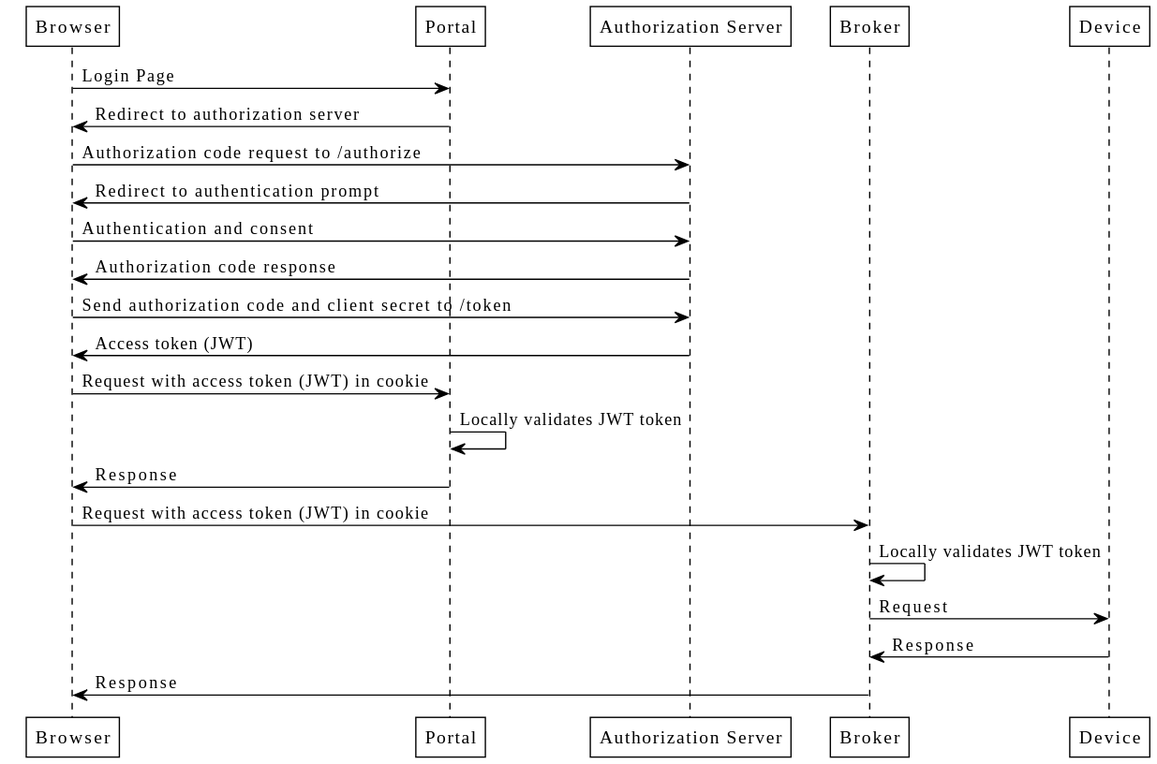
Before: flow.svg, a diagram exported from PlantUML (mathias-muench/OauthTut).
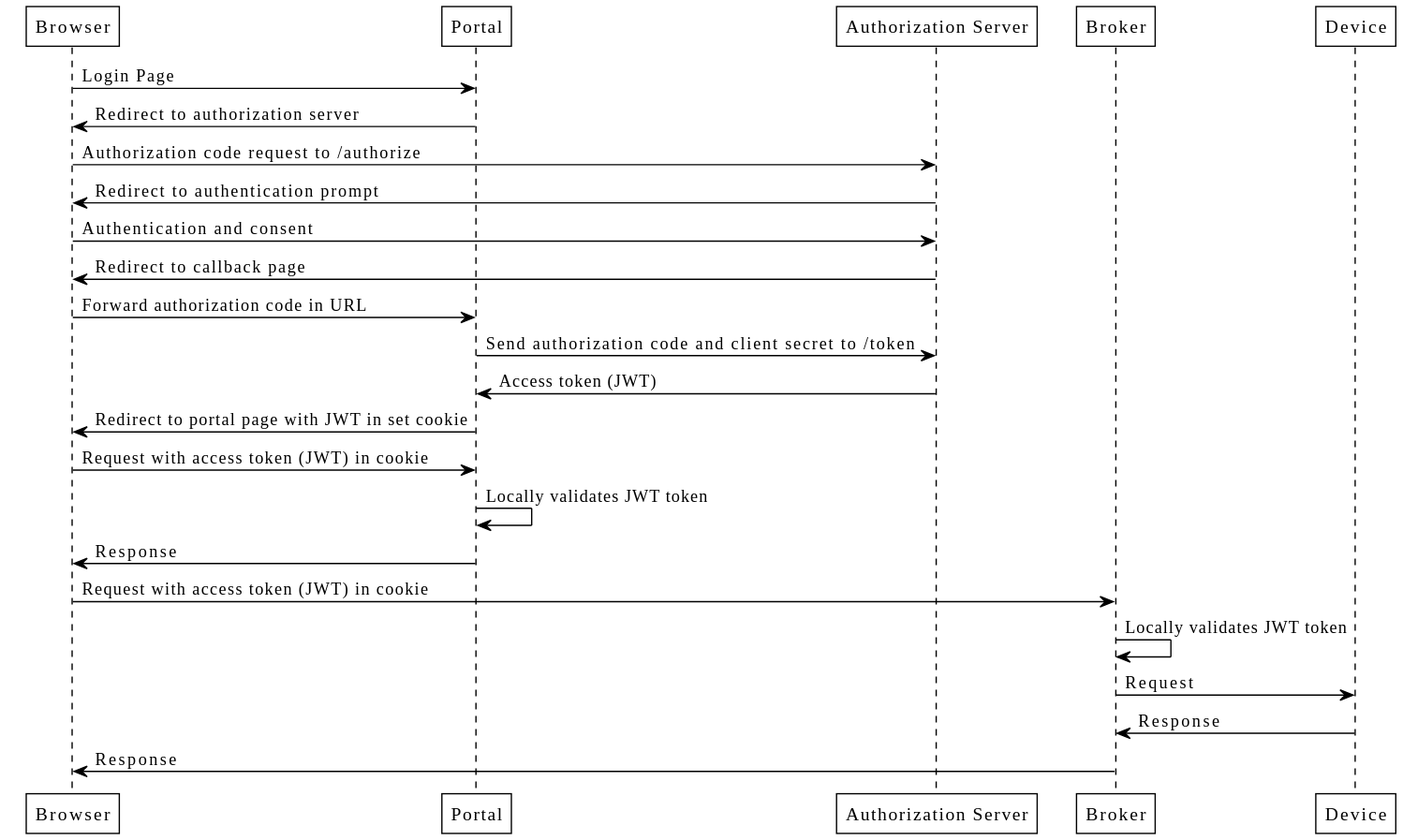
The same file after the commit.

Commit message:
Fix flow diagram somewhat

Change to the diagram source:
```diff
@@ -7,9 +7,11 @@
 Browser -> "Authorization Server" : Authorization code request to /authorize
 Browser <- "Authorization Server" : Redirect to authentication prompt
 Browser -> "Authorization Server" : Authentication and consent
-Browser <- "Authorization Server" : Authorization code response
-Browser -> "Authorization Server" : Send authorization code and client secret to /token
-Browser <- "Authorization Server" : Access token (JWT)
+Browser <- "Authorization Server" : Redirect to callback page
+Browser -> Portal : Forward authorization code in URL
+Portal -> "Authorization Server" : Send authorization code and client secret to /token
+Portal <- "Authorization Server" : Access token (JWT)
+Browser <- Portal : Redirect to portal page with JWT in set cookie
 Browser -> Portal : Request with access token (JWT) in cookie
 Portal -> Portal: Locally validates JWT token
 Browser <- Portal : Response
```
